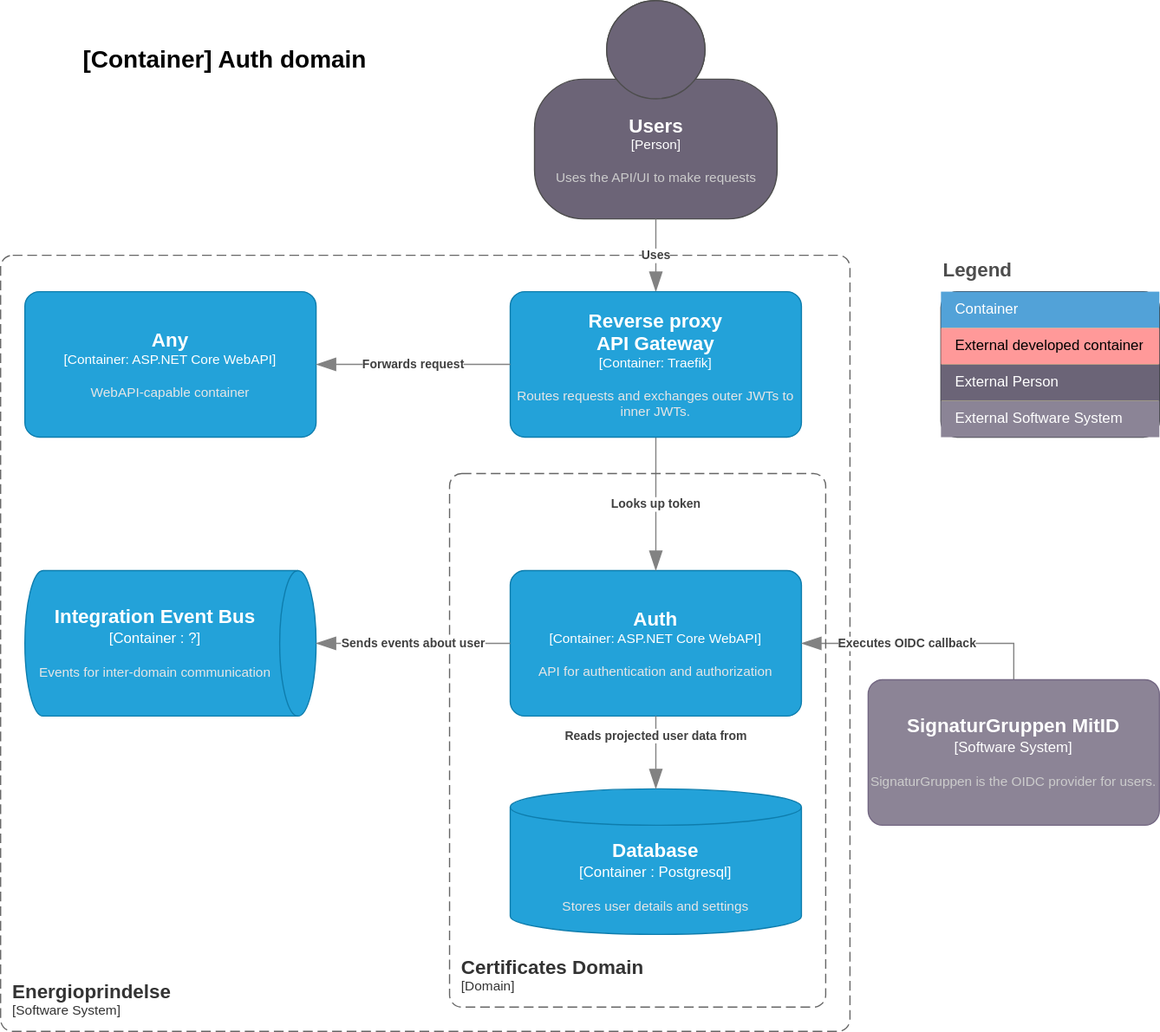
Before: doc/architecture/diagrams/auth.container.drawio.svg, a diagram exported from draw.io (Energinet-DataHub/energy-origin). Source tidied: cells renumbered, new cells last; positions are measured from the earlier drawing's top-left corner, leaving out a move shared by most shapes.
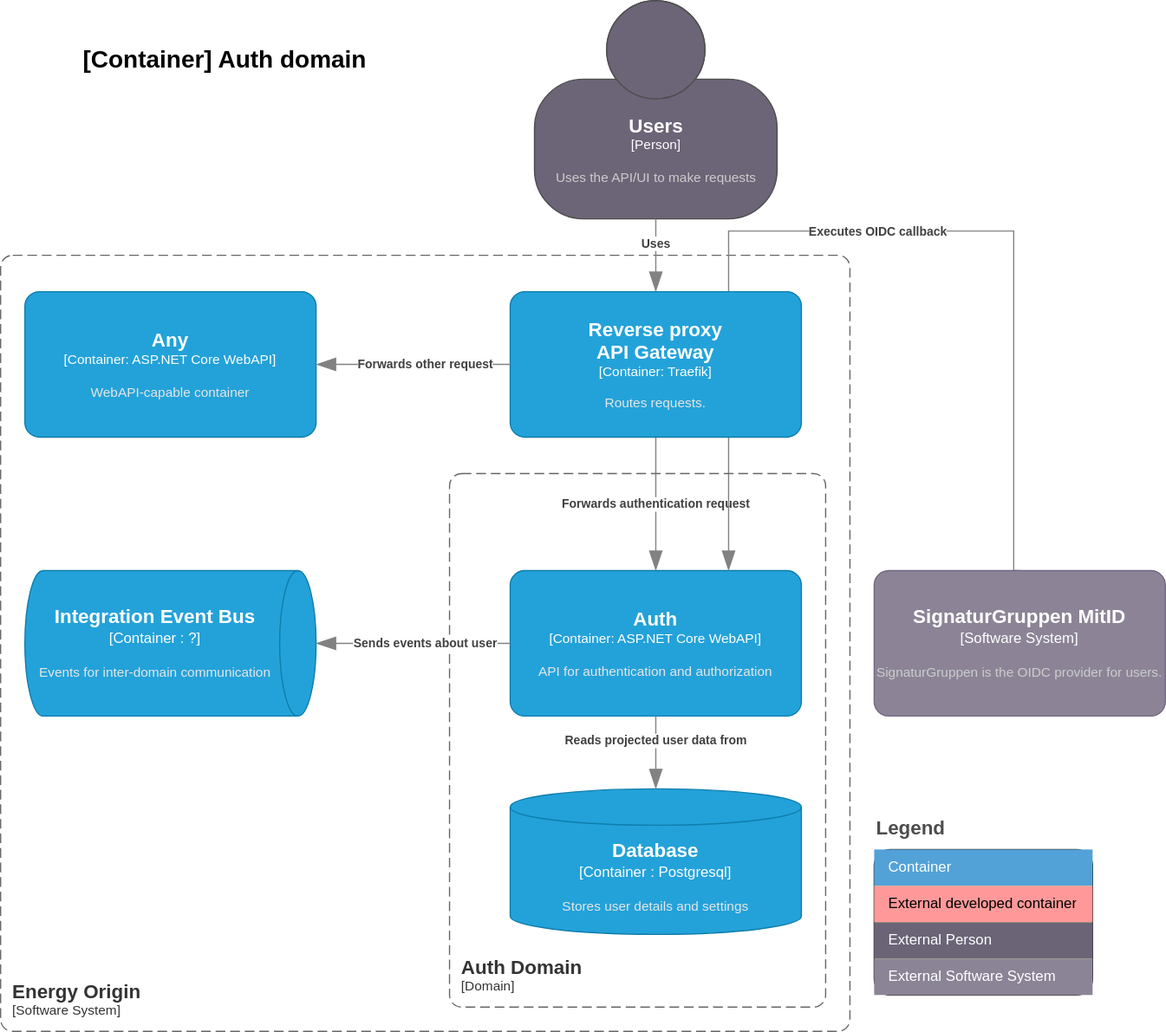
The same file after the commit.

Commit message:
Update auth descriptions (#188)

What changed in the source:
```diff
@@ -2,7 +2,7 @@
   <root>
     <mxCell id="0" />
     <mxCell id="1" parent="0" />
-    <object id="2" label="&lt;font style=&quot;font-size: 16px&quot;&gt;&lt;b&gt;&lt;div style=&quot;text-align: left&quot;&gt;%c4Name%&lt;/div&gt;&lt;/b&gt;&lt;/font&gt;&lt;div style=&quot;text-align: left&quot;&gt;[%c4Application%]&lt;/div&gt;" c4Application="Software System" c4Name="Energioprindelse" c4Type="SystemScopeBoundary" placeholders="1">
+    <object id="2" label="&lt;font style=&quot;font-size: 16px&quot;&gt;&lt;b&gt;&lt;div style=&quot;text-align: left&quot;&gt;%c4Name%&lt;/div&gt;&lt;/b&gt;&lt;/font&gt;&lt;div style=&quot;text-align: left&quot;&gt;[%c4Application%]&lt;/div&gt;" c4Application="Software System" c4Name="Energy Origin" c4Type="SystemScopeBoundary" placeholders="1">
       <mxCell style="rounded=1;fontSize=11;whiteSpace=wrap;html=1;dashed=1;arcSize=20;fillColor=none;strokeColor=#666666;fontColor=#333333;labelBackgroundColor=none;align=left;verticalAlign=bottom;labelBorderColor=none;spacingTop=0;spacing=10;dashPattern=8 4;perimeter=rectanglePerimeter;noLabel=0;labelPadding=0;absoluteArcSize=1;" parent="1" vertex="1">
         <mxGeometry y="210" width="700" height="640" as="geometry" />
       </mxCell>
@@ -19,10 +19,10 @@
     </object>
     <object id="5" label="&lt;div style=&quot;text-align: left&quot;&gt;&lt;div style=&quot;text-align: center&quot;&gt;&lt;b&gt;%c4Description%&lt;/b&gt;&lt;/div&gt;" c4Description="Reads projected user data from" c4Type="Relationship" placeholders="1">
       <mxCell style="endArrow=blockThin;html=1;fontSize=10;fontColor=#404040;strokeWidth=1;endFill=1;strokeColor=#828282;elbow=vertical;endSize=14;startSize=14;jumpStyle=arc;jumpSize=16;rounded=0;edgeStyle=orthogonalEdgeStyle;exitX=0.5;exitY=1;exitDx=0;exitDy=0;exitPerimeter=0;entryX=0.5;entryY=0;entryDx=0;entryDy=0;entryPerimeter=0;" parent="1" edge="1" source="3" target="4">
-        <mxGeometry x="-0.47" relative="1" as="geometry" />
+        <mxGeometry x="-0.33" relative="1" as="geometry" />
       </mxCell>
     </object>
-    <object id="6" label="&lt;div style=&quot;text-align: left&quot;&gt;&lt;div style=&quot;text-align: center&quot;&gt;&lt;b&gt;%c4Description%&lt;/b&gt;&lt;/div&gt;" c4Description="Looks up token" c4Type="Relationship" placeholders="1">
+    <object id="6" label="&lt;div style=&quot;text-align: left&quot;&gt;&lt;div style=&quot;text-align: center&quot;&gt;&lt;b&gt;%c4Description%&lt;/b&gt;&lt;/div&gt;" c4Description="Forwards authentication request" c4Type="Relationship" placeholders="1">
       <mxCell style="endArrow=blockThin;html=1;fontSize=10;fontColor=#404040;strokeWidth=1;endFill=1;strokeColor=#828282;elbow=vertical;endSize=14;startSize=14;jumpStyle=arc;jumpSize=16;rounded=0;edgeStyle=orthogonalEdgeStyle;exitX=0.5;exitY=1;exitDx=0;exitDy=0;exitPerimeter=0;entryX=0.5;entryY=0;entryDx=0;entryDy=0;entryPerimeter=0;" parent="1" edge="1" source="22" target="3">
         <mxGeometry relative="1" as="geometry" />
       </mxCell>
@@ -43,15 +43,20 @@
       </mxCell>
     </object>
     <object id="10" label="&lt;div style=&quot;text-align: left&quot;&gt;&lt;div style=&quot;text-align: center&quot;&gt;&lt;b&gt;%c4Description%&lt;/b&gt;&lt;/div&gt;" c4Description="Executes OIDC callback" c4Type="Relationship" placeholders="1">
-      <mxCell style="endArrow=blockThin;html=1;fontSize=10;fontColor=#404040;strokeWidth=1;endFill=1;strokeColor=#828282;elbow=vertical;endSize=14;startSize=14;jumpStyle=arc;jumpSize=16;rounded=0;edgeStyle=orthogonalEdgeStyle;entryX=1;entryY=0.5;entryDx=0;entryDy=0;entryPerimeter=0;exitX=0.5;exitY=0;exitDx=0;exitDy=0;exitPerimeter=0;" parent="1" edge="1" source="20" target="3">
-        <mxGeometry x="0.15" relative="1" as="geometry" />
+      <mxCell style="endArrow=blockThin;html=1;fontSize=10;fontColor=#404040;strokeWidth=1;endFill=1;strokeColor=#828282;elbow=vertical;endSize=14;startSize=14;jumpStyle=arc;jumpSize=16;rounded=0;edgeStyle=orthogonalEdgeStyle;entryX=0.75;entryY=0;entryDx=0;entryDy=0;entryPerimeter=0;exitX=0.5;exitY=0;exitDx=0;exitDy=0;exitPerimeter=0;" parent="1" edge="1" source="20" target="3">
+        <mxGeometry x="-0.01" relative="1" as="geometry">
+          <Array as="points">
+            <mxPoint x="835" y="190" />
+            <mxPoint x="600" y="190" />
+          </Array>
+        </mxGeometry>
       </mxCell>
     </object>
     <mxCell id="11" value="Legend" style="align=left;fontSize=16;fontStyle=1;strokeColor=none;fillColor=none;fontColor=#4D4D4D;spacingTop=-8;" parent="1" vertex="1">
-      <mxGeometry x="775" y="210" width="180" height="30" as="geometry" />
+      <mxGeometry x="720" y="670" width="180" height="30" as="geometry" />
     </mxCell>
     <mxCell id="12" style="shape=table;html=1;whiteSpace=wrap;startSize=0;fillColor=#ffff88;align=left;spacingLeft=10;strokeColor=#36393d;rounded=1;arcSize=11;" parent="1" vertex="1">
-      <mxGeometry x="775" y="240" width="180" height="120" as="geometry" />
+      <mxGeometry x="720" y="700" width="180" height="120" as="geometry" />
     </mxCell>
     <mxCell id="13" value="Container" style="shape=partialRectangle;html=1;whiteSpace=wrap;fillColor=#52A2D8;top=0;left=0;bottom=0;right=0;overflow=hidden;align=left;spacingLeft=10;fontColor=#FFFFFF;" parent="12" vertex="1">
       <mxGeometry width="180" height="30" as="geometry" />
@@ -65,30 +70,30 @@
     <mxCell id="16" value="External Software System" style="shape=partialRectangle;html=1;whiteSpace=wrap;fillColor=#8B8496;top=0;left=0;bottom=0;right=0;overflow=hidden;align=left;spacingLeft=10;fontColor=#FFFFFF;" parent="12" vertex="1">
       <mxGeometry y="90" width="180" height="30" as="geometry" />
     </mxCell>
-    <object id="17" label="&lt;font style=&quot;font-size: 16px&quot;&gt;&lt;b&gt;&lt;div style=&quot;text-align: left&quot;&gt;%c4Name%&lt;/div&gt;&lt;/b&gt;&lt;/font&gt;&lt;div style=&quot;text-align: left&quot;&gt;[%c4Application%]&lt;/div&gt;" c4Application="Domain" c4Name="Certificates Domain" c4Type="SystemScopeBoundary" placeholders="1">
+    <object id="17" label="&lt;font style=&quot;font-size: 16px&quot;&gt;&lt;b&gt;&lt;div style=&quot;text-align: left&quot;&gt;%c4Name%&lt;/div&gt;&lt;/b&gt;&lt;/font&gt;&lt;div style=&quot;text-align: left&quot;&gt;[%c4Application%]&lt;/div&gt;" c4Application="Domain" c4Name="Auth Domain" c4Type="SystemScopeBoundary" placeholders="1">
       <mxCell style="rounded=1;fontSize=11;whiteSpace=wrap;html=1;dashed=1;arcSize=20;fillColor=none;strokeColor=#666666;fontColor=#333333;labelBackgroundColor=none;align=left;verticalAlign=bottom;labelBorderColor=none;spacingTop=0;spacing=10;dashPattern=8 4;perimeter=rectanglePerimeter;noLabel=0;labelPadding=0;absoluteArcSize=1;" parent="1" vertex="1">
         <mxGeometry x="370" y="390" width="310" height="440" as="geometry" />
       </mxCell>
     </object>
     <object id="18" label="&lt;div style=&quot;text-align: left&quot;&gt;&lt;div style=&quot;text-align: center&quot;&gt;&lt;b&gt;%c4Description%&lt;/b&gt;&lt;/div&gt;" c4Description="Uses" c4Type="Relationship" placeholders="1">
       <mxCell style="endArrow=blockThin;html=1;fontSize=10;fontColor=#404040;strokeWidth=1;endFill=1;strokeColor=#828282;elbow=vertical;endSize=14;startSize=14;jumpStyle=arc;jumpSize=16;rounded=0;edgeStyle=orthogonalEdgeStyle;exitX=0.5;exitY=1;exitDx=0;exitDy=0;exitPerimeter=0;" parent="1" edge="1" source="7" target="22">
-        <mxGeometry relative="1" as="geometry" />
+        <mxGeometry x="-0.33" relative="1" as="geometry" />
       </mxCell>
     </object>
     <object id="19" label="&lt;div style=&quot;text-align: left&quot;&gt;&lt;div style=&quot;text-align: center&quot;&gt;&lt;b&gt;%c4Description%&lt;/b&gt;&lt;/div&gt;" c4Description="Sends events about user" c4Type="Relationship" placeholders="1">
       <mxCell style="endArrow=blockThin;html=1;fontSize=10;fontColor=#404040;strokeWidth=1;endFill=1;strokeColor=#828282;elbow=vertical;endSize=14;startSize=14;jumpStyle=arc;jumpSize=16;rounded=0;edgeStyle=orthogonalEdgeStyle;entryX=0.5;entryY=0;entryDx=0;entryDy=0;entryPerimeter=0;shadow=0;" parent="1" edge="1" source="3" target="9">
-        <mxGeometry relative="1" as="geometry" />
+        <mxGeometry x="-0.12" relative="1" as="geometry" />
       </mxCell>
     </object>
     <object id="20" label="&lt;font style=&quot;font-size: 16px&quot;&gt;&lt;b&gt;%c4Name%&lt;/b&gt;&lt;/font&gt;&lt;div&gt;[%c4Type%]&lt;/div&gt;&lt;br&gt;&lt;div&gt;&lt;font style=&quot;font-size: 11px&quot;&gt;&lt;font color=&quot;#cccccc&quot;&gt;%c4Description%&lt;/font&gt;&lt;/div&gt;" c4Description="SignaturGruppen is the OIDC provider for users." c4Name="SignaturGruppen MitID" c4Type="Software System" placeholders="1">
       <mxCell style="rounded=1;whiteSpace=wrap;html=1;labelBackgroundColor=none;fillColor=#8C8496;fontColor=#ffffff;align=center;arcSize=10;strokeColor=#736782;points=[[0.25,0,0],[0.5,0,0],[0.75,0,0],[1,0.25,0],[1,0.5,0],[1,0.75,0],[0.75,1,0],[0.5,1,0],[0.25,1,0],[0,0.75,0],[0,0.5,0],[0,0.25,0]];" parent="1" vertex="1">
-        <mxGeometry x="715" y="560" width="240" height="120" as="geometry" />
+        <mxGeometry x="720" y="470" width="240" height="120" as="geometry" />
       </mxCell>
     </object>
     <mxCell id="21" style="group;fillColor=none;" parent="1" vertex="1">
       <mxGeometry x="420" y="240" width="240" height="120" as="geometry" />
     </mxCell>
-    <object id="22" label="&lt;font style=&quot;font-size: 16px&quot;&gt;&lt;b&gt;%c4Name%&lt;/b&gt;&lt;/font&gt;&lt;div&gt;[%c4Type%: %c4Technology%]&lt;/div&gt;&lt;br&gt;&lt;div&gt;&lt;font style=&quot;font-size: 11px&quot;&gt;&lt;font color=&quot;#E6E6E6&quot;&gt;%c4Description%&lt;/font&gt;&lt;/div&gt;" c4Description="Routes requests and exchanges outer JWTs to inner JWTs." c4Name="Reverse proxy&#10;API Gateway" c4Technology="Traefik" c4Type="Container" placeholders="1">
+    <object id="22" label="&lt;font style=&quot;font-size: 16px&quot;&gt;&lt;b&gt;%c4Name%&lt;/b&gt;&lt;/font&gt;&lt;div&gt;[%c4Type%: %c4Technology%]&lt;/div&gt;&lt;br&gt;&lt;div&gt;&lt;font style=&quot;font-size: 11px&quot;&gt;&lt;font color=&quot;#E6E6E6&quot;&gt;%c4Description%&lt;/font&gt;&lt;/div&gt;" c4Description="Routes requests." c4Name="Reverse proxy&#10;API Gateway" c4Technology="Traefik" c4Type="Container" placeholders="1">
       <mxCell style="rounded=1;whiteSpace=wrap;html=1;fontSize=11;labelBackgroundColor=none;fillColor=#23A2D9;fontColor=#ffffff;align=center;arcSize=10;strokeColor=#0E7DAD;points=[[0.25,0,0],[0.5,0,0],[0.75,0,0],[1,0.25,0],[1,0.5,0],[1,0.75,0],[0.75,1,0],[0.5,1,0],[0.25,1,0],[0,0.75,0],[0,0.5,0],[0,0.25,0]];" parent="21" vertex="1">
         <mxGeometry width="240" height="120" as="geometry" />
       </mxCell>
@@ -98,9 +103,9 @@
         <mxGeometry x="20" y="240" width="240" height="120" as="geometry" />
       </mxCell>
     </object>
-    <object id="24" label="&lt;div style=&quot;text-align: left&quot;&gt;&lt;div style=&quot;text-align: center&quot;&gt;&lt;b&gt;%c4Description%&lt;/b&gt;&lt;/div&gt;" c4Description="Forwards request" c4Type="Relationship" placeholders="1">
+    <object id="24" label="&lt;div style=&quot;text-align: left&quot;&gt;&lt;div style=&quot;text-align: center&quot;&gt;&lt;b&gt;%c4Description%&lt;/b&gt;&lt;/div&gt;" c4Description="Forwards other request" c4Type="Relationship" placeholders="1">
       <mxCell style="endArrow=blockThin;html=1;fontSize=10;fontColor=#404040;strokeWidth=1;endFill=1;strokeColor=#828282;elbow=vertical;endSize=14;startSize=14;jumpStyle=arc;jumpSize=16;rounded=0;edgeStyle=orthogonalEdgeStyle;exitX=0;exitY=0.5;exitDx=0;exitDy=0;exitPerimeter=0;entryX=1;entryY=0.5;entryDx=0;entryDy=0;entryPerimeter=0;" parent="1" edge="1" source="22" target="23">
-        <mxGeometry relative="1" as="geometry">
+        <mxGeometry x="-0.12" relative="1" as="geometry">
           <Array as="points">
             <mxPoint x="330" y="300" />
             <mxPoint x="330" y="300" />
```
